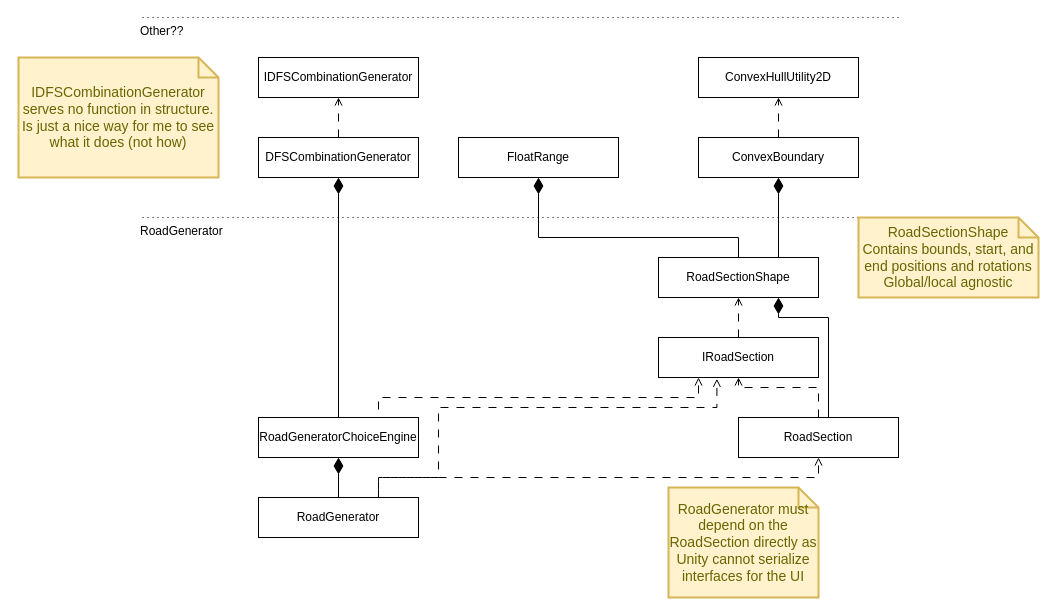
Above: Assets/Scripts/Architecture.drawio in JohnnyHowe/infinite-drifto-road-generation (draw.io), before the change. Source tidied: cells renumbered, new cells numbered last; positions are measured from the earlier drawing's top-left corner, leaving out a move shared by most shapes. Both pictures are drawn from the tidied source at 100%, with x=0, y=0 at pixel (18, 17).
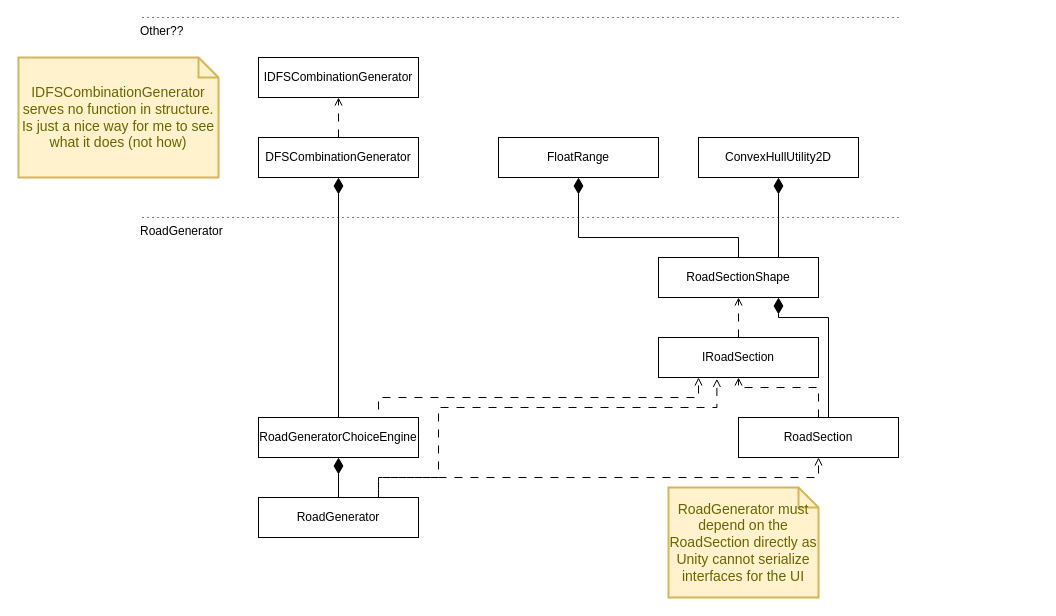
After the change.

The change refers to these unchanged cells:
```xml
<mxCell id="20" value="RoadSectionShape" style="rounded=0;whiteSpace=wrap;html=1;" parent="1" vertex="1">
  <mxGeometry x="640" y="240" width="160" height="40" as="geometry" />
</mxCell>
```

The edit, as a diff of the source:
```diff
@@
     <mxCell id="2" value="ConvexHullUtility2D" style="rounded=0;whiteSpace=wrap;html=1;" parent="1" vertex="1">
-      <mxGeometry x="680" y="40" width="160" height="40" as="geometry" />
+      <mxGeometry x="680" y="120" width="160" height="40" as="geometry" />
     </mxCell>
@@
     <mxCell id="17" value="FloatRange" style="rounded=0;whiteSpace=wrap;html=1;" parent="1" vertex="1">
-      <mxGeometry x="440" y="120" width="160" height="40" as="geometry" />
+      <mxGeometry x="480" y="120" width="160" height="40" as="geometry" />
     </mxCell>
     <mxCell id="18" style="edgeStyle=orthogonalEdgeStyle;rounded=0;jettySize=auto;html=1;exitX=0.5;exitY=0;exitDx=0;exitDy=0;entryX=0.5;entryY=1;entryDx=0;entryDy=0;endArrow=diamondThin;endFill=1;endSize=14;" parent="1" edge="1" source="20" target="17">
       <mxGeometry relative="1" as="geometry">
         <Array as="points">
           <mxPoint x="720" y="220" />
-          <mxPoint x="520" y="220" />
+          <mxPoint x="560" y="220" />
         </Array>
       </mxGeometry>
     </mxCell>
-    <mxCell id="19" style="edgeStyle=orthogonalEdgeStyle;rounded=0;jettySize=auto;html=1;exitX=0.75;exitY=0;exitDx=0;exitDy=0;entryX=0.5;entryY=1;entryDx=0;entryDy=0;endArrow=diamondThin;endFill=1;jumpSize=14;startSize=14;endSize=14;" parent="1" edge="1" source="20" target="29">
-      <mxGeometry relative="1" as="geometry">
-        <Array as="points">
-          <mxPoint x="760" y="160" />
-        </Array>
-      </mxGeometry>
+    <mxCell id="19" style="edgeStyle=orthogonalEdgeStyle;rounded=0;jettySize=auto;html=1;exitX=0.75;exitY=0;exitDx=0;exitDy=0;endArrow=diamondThin;endFill=1;jumpSize=14;startSize=14;endSize=14;entryX=0.5;entryY=1;entryDx=0;entryDy=0;" parent="1" edge="1" source="20" target="2">
+      <mxGeometry relative="1" as="geometry" />
     </mxCell>
@@
-    <mxCell id="26" value="RoadSectionShape&lt;br&gt;Contains bounds, start, and end positions and rotations&lt;br&gt;Global/local agnostic" style="shape=note;strokeWidth=2;fontSize=14;size=20;whiteSpace=wrap;html=1;fillColor=#fff2cc;strokeColor=#d6b656;fontColor=#666600;" parent="1" vertex="1">
-      <mxGeometry x="840" y="200" width="180" height="80" as="geometry" />
-    </mxCell>
@@
-    <mxCell id="28" style="edgeStyle=orthogonalEdgeStyle;rounded=0;jumpSize=14;jettySize=auto;html=1;exitX=0.5;exitY=0;exitDx=0;exitDy=0;entryX=0.5;entryY=1;entryDx=0;entryDy=0;endArrow=open;endFill=0;startSize=14;endSize=6;dashed=1;dashPattern=8 8;" parent="1" edge="1" source="29" target="2">
-      <mxGeometry relative="1" as="geometry" />
-    </mxCell>
-    <mxCell id="29" value="ConvexBoundary" style="rounded=0;whiteSpace=wrap;html=1;" parent="1" vertex="1">
-      <mxGeometry x="680" y="120" width="160" height="40" as="geometry" />
-    </mxCell>
```
